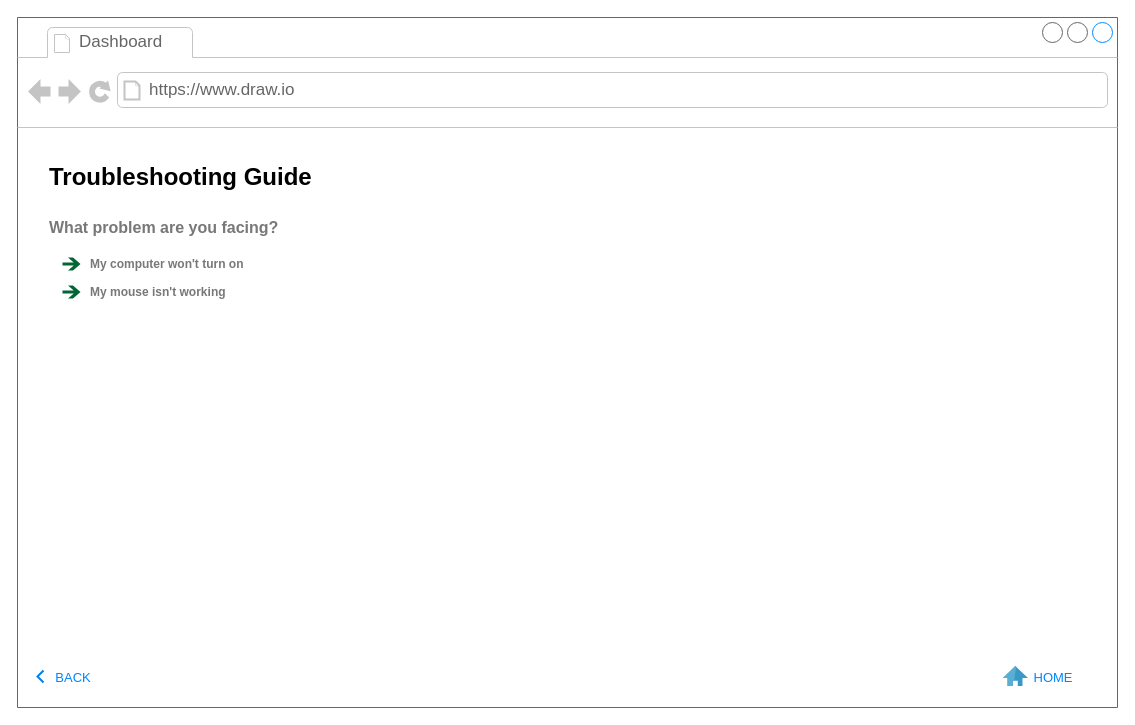
This is page "Guide" (4 of 4) of design/design.drawio from XavierTM/troubleshoot-guide, a draw.io file, before an edit. Source tidied: cells renumbered, new cells numbered last; positions are measured from the earlier drawing's top-left corner, leaving out a move shared by most shapes. Both pictures are drawn from the tidied source at 100%, with x=0, y=0 at pixel (17, 17).
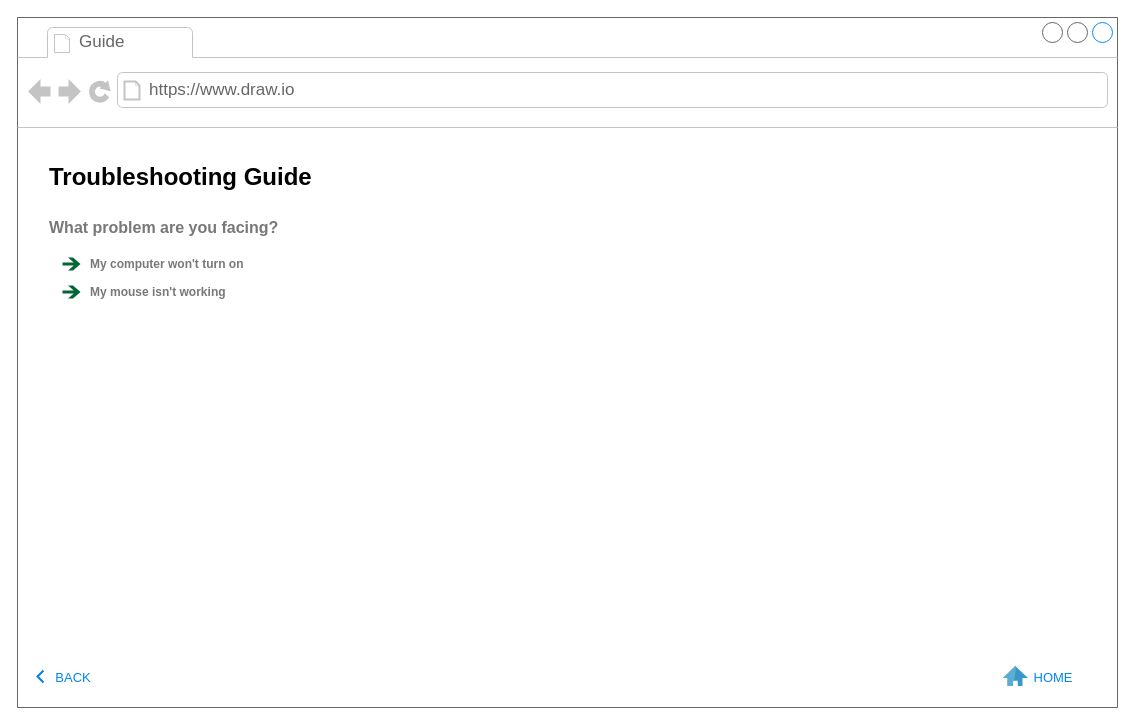
After the change.

Commit message (it also covers changes not shown here):
updated design, tests, and corresponding code

Diff of the diagram source:
```diff
@@
 <mxGraphModel>
   <root>
     <mxCell id="0" />
     <mxCell id="1" parent="0" />
     <mxCell id="2" style="strokeWidth=1;shadow=0;dashed=0;align=center;html=1;shape=mxgraph.mockup.containers.browserWindow;rSize=0;strokeColor=#666666;strokeColor2=#008cff;strokeColor3=#c4c4c4;mainText=,;" parent="1" vertex="1">
       <mxGeometry width="1100" height="690" as="geometry" />
     </mxCell>
-    <mxCell id="3" value="Dashboard" style="strokeWidth=1;shadow=0;dashed=0;align=center;html=1;shape=mxgraph.mockup.containers.anchor;fontSize=17;fontColor=#666666;align=left;whiteSpace=wrap;" parent="2" vertex="1">
+    <mxCell id="3" value="Guide" style="strokeWidth=1;shadow=0;dashed=0;align=center;html=1;shape=mxgraph.mockup.containers.anchor;fontSize=17;fontColor=#666666;align=left;whiteSpace=wrap;" parent="2" vertex="1">
       <mxGeometry x="60" y="12" width="110" height="26" as="geometry" />
     </mxCell>
     <mxCell id="4" value="https://www.draw.io" style="strokeWidth=1;shadow=0;dashed=0;align=center;html=1;shape=mxgraph.mockup.containers.anchor;rSize=0;fontSize=17;fontColor=#666666;align=left;" parent="2" vertex="1">
       <mxGeometry x="130" y="60" width="250" height="26" as="geometry" />
     </mxCell>
     <mxCell id="5" value="BACK" style="html=1;shadow=0;dashed=0;shape=mxgraph.bootstrap.rrect;rSize=5;strokeColor=none;strokeWidth=1;fillColor=none;fontColor=#0085FC;whiteSpace=wrap;align=center;verticalAlign=middle;spacingLeft=0;fontStyle=0;fontSize=13;spacing=5;" parent="2" vertex="1">
       <mxGeometry x="22" y="640" width="68" height="40" as="geometry" />
     </mxCell>
     <mxCell id="6" style="html=1;verticalLabelPosition=bottom;labelBackgroundColor=#ffffff;verticalAlign=top;shadow=0;dashed=0;strokeWidth=2;shape=mxgraph.ios7.misc.left;strokeColor=#0080f0;" parent="2" vertex="1">
       <mxGeometry x="20" y="653" width="6" height="12" as="geometry" />
     </mxCell>
     <mxCell id="7" value="Troubleshooting Guide" style="text;strokeColor=none;fillColor=none;html=1;fontSize=24;fontStyle=1;verticalAlign=middle;align=left;" parent="2" vertex="1">
       <mxGeometry x="30" y="140" width="290" height="40" as="geometry" />
     </mxCell>
     <mxCell id="8" value="What problem are you facing?" style="text;strokeColor=none;fillColor=none;html=1;fontSize=16;fontStyle=1;verticalAlign=middle;align=left;fontColor=#787878;" parent="2" vertex="1">
       <mxGeometry x="30" y="190" width="250" height="40" as="geometry" />
     </mxCell>
     <mxCell id="9" value="&lt;font style=&quot;font-size: 12px;&quot;&gt;My computer won't turn on&lt;/font&gt;" style="text;strokeColor=none;fillColor=none;html=1;fontSize=16;fontStyle=1;verticalAlign=middle;align=left;fontColor=#787878;" parent="2" vertex="1">
       <mxGeometry x="71" y="225" width="250" height="40" as="geometry" />
     </mxCell>
     <mxCell id="10" style="shape=mxgraph.signs.travel.arrow_east;html=1;fillColor=#006633;strokeColor=none;verticalLabelPosition=bottom;verticalAlign=top;align=center;" parent="2" vertex="1">
       <mxGeometry x="45" y="240" width="18" height="13" as="geometry" />
     </mxCell>
     <mxCell id="11" value="&lt;font style=&quot;font-size: 12px;&quot;&gt;My mouse isn't working&lt;/font&gt;" style="text;strokeColor=none;fillColor=none;html=1;fontSize=16;fontStyle=1;verticalAlign=middle;align=left;fontColor=#787878;" parent="2" vertex="1">
       <mxGeometry x="71" y="253" width="250" height="40" as="geometry" />
     </mxCell>
     <mxCell id="12" style="shape=mxgraph.signs.travel.arrow_east;html=1;fillColor=#006633;strokeColor=none;verticalLabelPosition=bottom;verticalAlign=top;align=center;" parent="2" vertex="1">
       <mxGeometry x="45" y="268" width="18" height="13" as="geometry" />
     </mxCell>
     <mxCell id="13" value="HOME" style="html=1;shadow=0;dashed=0;shape=mxgraph.bootstrap.rrect;rSize=5;strokeColor=none;strokeWidth=1;fillColor=none;fontColor=#0085FC;whiteSpace=wrap;align=center;verticalAlign=middle;spacingLeft=0;fontStyle=0;fontSize=13;spacing=5;" parent="2" vertex="1">
       <mxGeometry x="1002" y="640" width="68" height="40" as="geometry" />
     </mxCell>
     <mxCell id="14" style="image;sketch=0;html=1;align=center;fontSize=12;image=img/lib/mscae/Azure_Home.svg;" parent="2" vertex="1">
       <mxGeometry x="986" y="649" width="25" height="20" as="geometry" />
     </mxCell>
   </root>
 </mxGraphModel>
```
